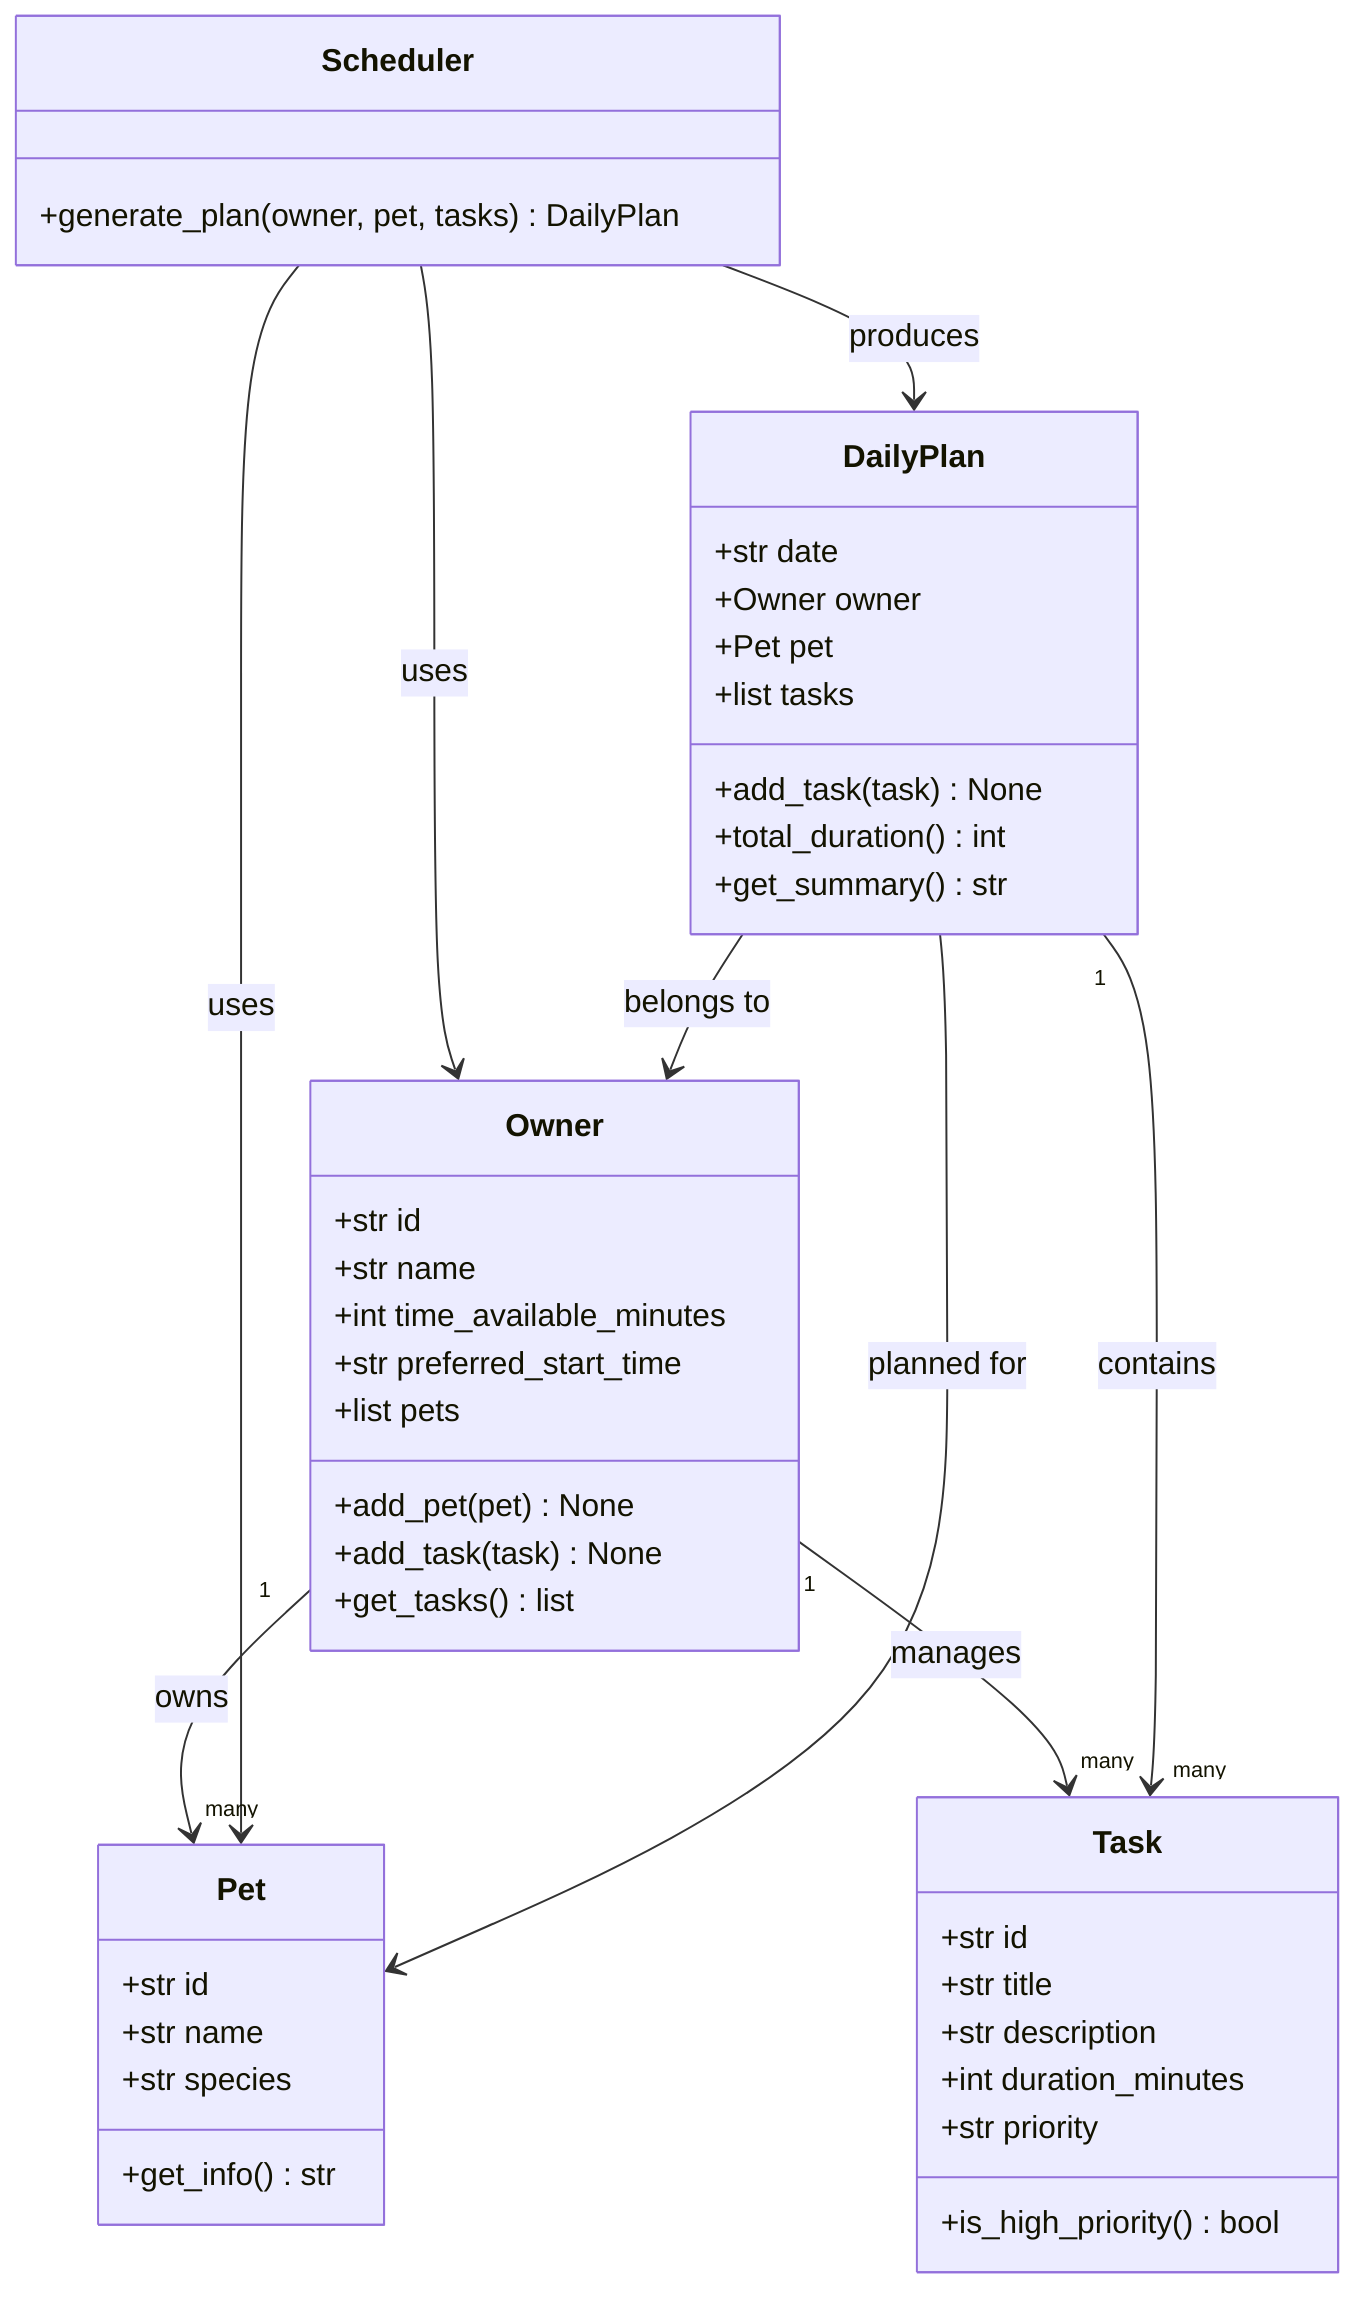
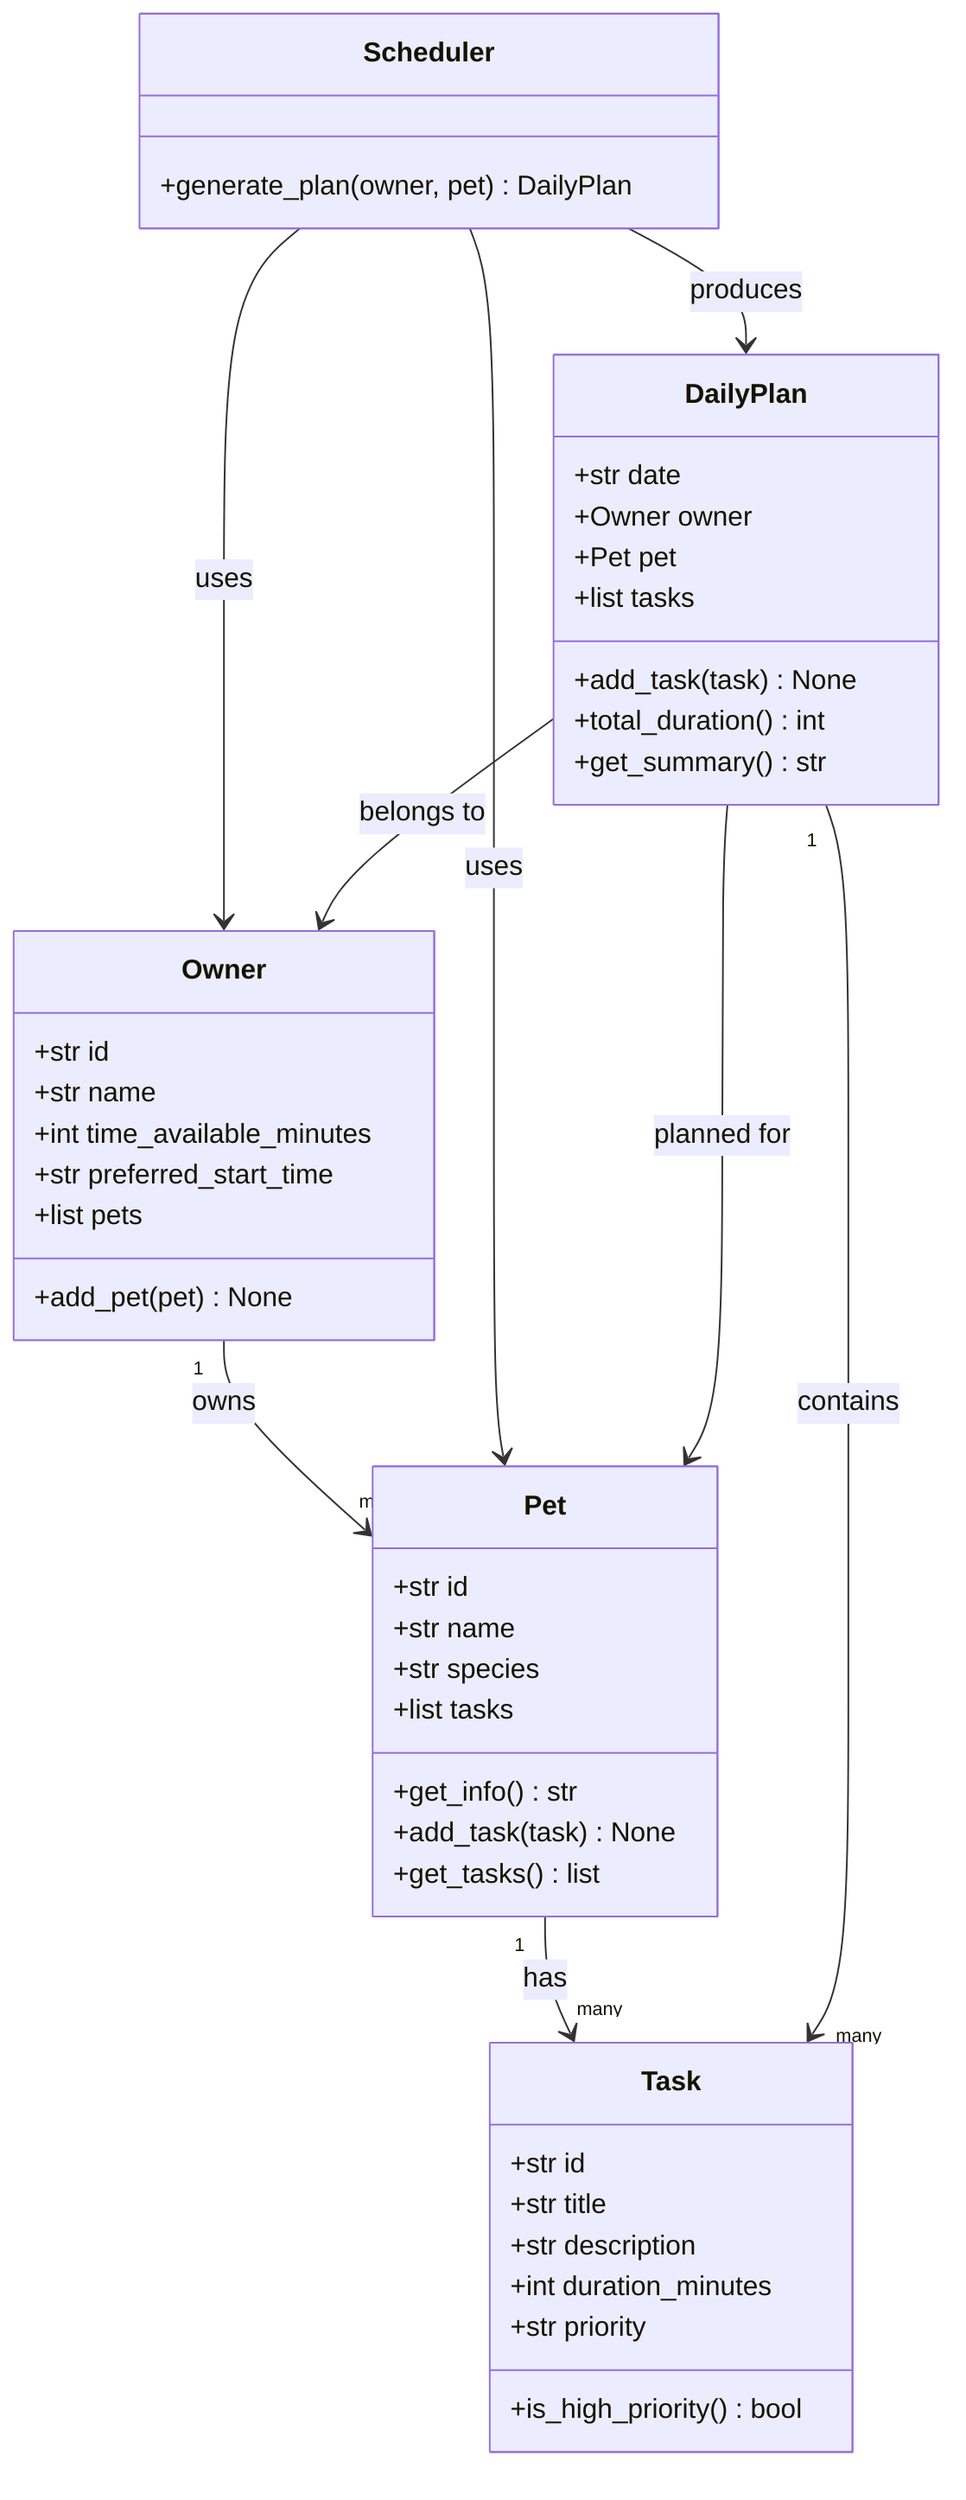
classDiagram
    class Pet {
        +str id
        +str name
        +str species
+         +list tasks
        +get_info() str
+         +add_task(task) None
+         +get_tasks() list
    }

    class Owner {
        +str id
        +str name
        +int time_available_minutes
        +str preferred_start_time
        +list pets
        +add_pet(pet) None
-         +add_task(task) None
-         +get_tasks() list
    }

    class Task {
        +str id
        +str title
        +str description
        +int duration_minutes
        +str priority
        +is_high_priority() bool
    }

    class DailyPlan {
        +str date
        +Owner owner
        +Pet pet
        +list tasks
        +add_task(task) None
        +total_duration() int
        +get_summary() str
    }

    class Scheduler {
-         +generate_plan(owner, pet, tasks) DailyPlan
+         +generate_plan(owner, pet) DailyPlan
    }

    Owner "1" --> "many" Pet : owns
-     Owner "1" --> "many" Task : manages
+     Pet "1" --> "many" Task : has
    Scheduler --> Owner : uses
    Scheduler --> Pet : uses
    Scheduler --> DailyPlan : produces
    DailyPlan "1" --> "many" Task : contains
    DailyPlan --> Pet : planned for
    DailyPlan --> Owner : belongs to
